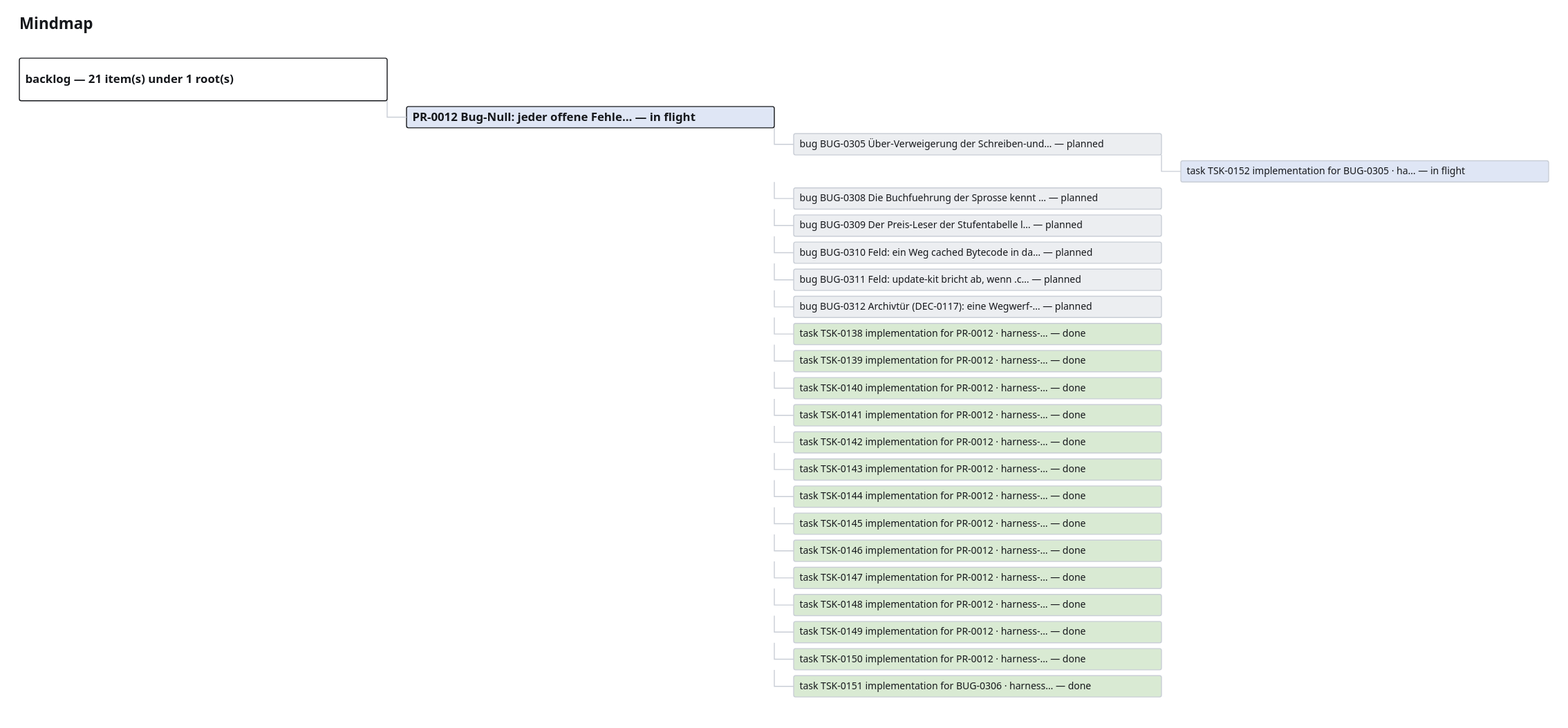
The draw.io diagram project_memory/generated/mindmap.drawio.svg in GiaZenX/harness, before a commit. Source tidied: cells renumbered, new cells last; positions are measured from the earlier drawing's top-left corner, leaving out a move shared by most shapes.
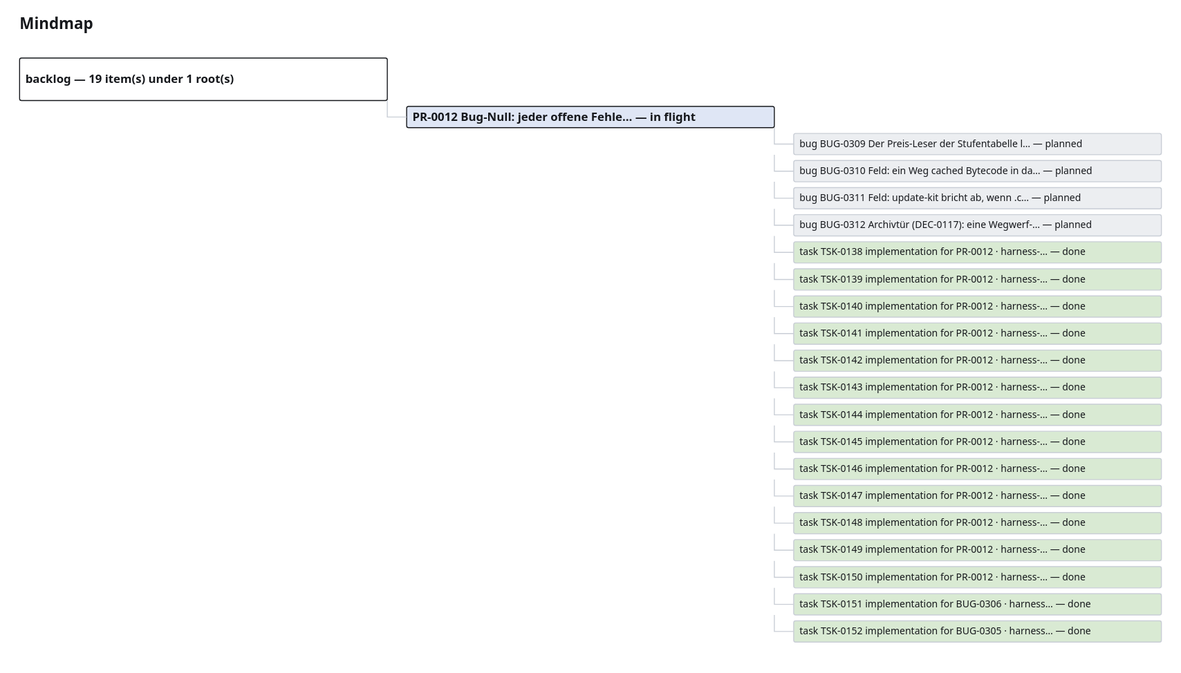
Above is the later version.

The edit, as a diff of the source:
```diff
@@ -5,7 +5,7 @@
     <mxCell id="2" value="Mindmap" style="text;html=1;fontSize=16;fontStyle=1;" parent="1" vertex="1">
       <mxGeometry width="300" height="20" as="geometry" />
     </mxCell>
-    <mxCell id="3" value="backlog — 21 item(s) under 1 root(s)" style="rounded=1;whiteSpace=wrap;html=1;fillColor=#ffffff;strokeColor=#16181c;fontSize=12;fontStyle=1;" parent="1" vertex="1">
+    <mxCell id="3" value="backlog — 19 item(s) under 1 root(s)" style="rounded=1;whiteSpace=wrap;html=1;fillColor=#ffffff;strokeColor=#16181c;fontSize=12;fontStyle=1;" parent="1" vertex="1">
       <mxGeometry y="44" width="380" height="44" as="geometry" />
     </mxCell>
     <mxCell id="4" value="PR-0012 Bug-Null: jeder offene Fehle… — in flight" style="rounded=1;whiteSpace=wrap;html=1;fillColor=#dfe6f5;strokeColor=#16181c;fontSize=12;fontStyle=1;" parent="1" vertex="1">
@@ -14,131 +14,119 @@
     <mxCell id="5" style="edgeStyle=orthogonalEdgeStyle;endArrow=none;strokeColor=#c9ced6;" parent="1" edge="1" source="3" target="4">
       <mxGeometry relative="1" as="geometry" />
     </mxCell>
-    <mxCell id="6" value="bug BUG-0305 Über-Verweigerung der Schreiben-und… — planned" style="rounded=1;whiteSpace=wrap;html=1;fillColor=#eceef1;strokeColor=#c9ced6;fontSize=10;" parent="1" vertex="1">
+    <mxCell id="6" value="bug BUG-0309 Der Preis-Leser der Stufentabelle l… — planned" style="rounded=1;whiteSpace=wrap;html=1;fillColor=#eceef1;strokeColor=#c9ced6;fontSize=10;" parent="1" vertex="1">
       <mxGeometry x="800" y="122" width="380" height="22" as="geometry" />
     </mxCell>
     <mxCell id="7" style="edgeStyle=orthogonalEdgeStyle;endArrow=none;strokeColor=#c9ced6;" parent="1" edge="1" source="4" target="6">
       <mxGeometry relative="1" as="geometry" />
     </mxCell>
-    <mxCell id="8" value="task TSK-0152 implementation for BUG-0305 · ha… — in flight" style="rounded=1;whiteSpace=wrap;html=1;fillColor=#dfe6f5;strokeColor=#c9ced6;fontSize=10;" parent="1" vertex="1">
-      <mxGeometry x="1200" y="150" width="380" height="22" as="geometry" />
+    <mxCell id="8" value="bug BUG-0310 Feld: ein Weg cached Bytecode in da… — planned" style="rounded=1;whiteSpace=wrap;html=1;fillColor=#eceef1;strokeColor=#c9ced6;fontSize=10;" parent="1" vertex="1">
+      <mxGeometry x="800" y="150" width="380" height="22" as="geometry" />
     </mxCell>
-    <mxCell id="9" style="edgeStyle=orthogonalEdgeStyle;endArrow=none;strokeColor=#c9ced6;" parent="1" edge="1" source="6" target="8">
+    <mxCell id="9" style="edgeStyle=orthogonalEdgeStyle;endArrow=none;strokeColor=#c9ced6;" parent="1" edge="1" source="4" target="8">
       <mxGeometry relative="1" as="geometry" />
     </mxCell>
-    <mxCell id="10" value="bug BUG-0308 Die Buchfuehrung der Sprosse kennt … — planned" style="rounded=1;whiteSpace=wrap;html=1;fillColor=#eceef1;strokeColor=#c9ced6;fontSize=10;" parent="1" vertex="1">
+    <mxCell id="10" value="bug BUG-0311 Feld: update-kit bricht ab, wenn .c… — planned" style="rounded=1;whiteSpace=wrap;html=1;fillColor=#eceef1;strokeColor=#c9ced6;fontSize=10;" parent="1" vertex="1">
       <mxGeometry x="800" y="178" width="380" height="22" as="geometry" />
     </mxCell>
     <mxCell id="11" style="edgeStyle=orthogonalEdgeStyle;endArrow=none;strokeColor=#c9ced6;" parent="1" edge="1" source="4" target="10">
       <mxGeometry relative="1" as="geometry" />
     </mxCell>
-    <mxCell id="12" value="bug BUG-0309 Der Preis-Leser der Stufentabelle l… — planned" style="rounded=1;whiteSpace=wrap;html=1;fillColor=#eceef1;strokeColor=#c9ced6;fontSize=10;" parent="1" vertex="1">
+    <mxCell id="12" value="bug BUG-0312 Archivtür (DEC-0117): eine Wegwerf-… — planned" style="rounded=1;whiteSpace=wrap;html=1;fillColor=#eceef1;strokeColor=#c9ced6;fontSize=10;" parent="1" vertex="1">
       <mxGeometry x="800" y="206" width="380" height="22" as="geometry" />
     </mxCell>
     <mxCell id="13" style="edgeStyle=orthogonalEdgeStyle;endArrow=none;strokeColor=#c9ced6;" parent="1" edge="1" source="4" target="12">
       <mxGeometry relative="1" as="geometry" />
     </mxCell>
-    <mxCell id="14" value="bug BUG-0310 Feld: ein Weg cached Bytecode in da… — planned" style="rounded=1;whiteSpace=wrap;html=1;fillColor=#eceef1;strokeColor=#c9ced6;fontSize=10;" parent="1" vertex="1">
+    <mxCell id="14" value="task TSK-0138 implementation for PR-0012 · harness-… — done" style="rounded=1;whiteSpace=wrap;html=1;fillColor=#d9ead3;strokeColor=#c9ced6;fontSize=10;" parent="1" vertex="1">
       <mxGeometry x="800" y="234" width="380" height="22" as="geometry" />
     </mxCell>
     <mxCell id="15" style="edgeStyle=orthogonalEdgeStyle;endArrow=none;strokeColor=#c9ced6;" parent="1" edge="1" source="4" target="14">
       <mxGeometry relative="1" as="geometry" />
     </mxCell>
-    <mxCell id="16" value="bug BUG-0311 Feld: update-kit bricht ab, wenn .c… — planned" style="rounded=1;whiteSpace=wrap;html=1;fillColor=#eceef1;strokeColor=#c9ced6;fontSize=10;" parent="1" vertex="1">
+    <mxCell id="16" value="task TSK-0139 implementation for PR-0012 · harness-… — done" style="rounded=1;whiteSpace=wrap;html=1;fillColor=#d9ead3;strokeColor=#c9ced6;fontSize=10;" parent="1" vertex="1">
       <mxGeometry x="800" y="262" width="380" height="22" as="geometry" />
     </mxCell>
     <mxCell id="17" style="edgeStyle=orthogonalEdgeStyle;endArrow=none;strokeColor=#c9ced6;" parent="1" edge="1" source="4" target="16">
       <mxGeometry relative="1" as="geometry" />
     </mxCell>
-    <mxCell id="18" value="bug BUG-0312 Archivtür (DEC-0117): eine Wegwerf-… — planned" style="rounded=1;whiteSpace=wrap;html=1;fillColor=#eceef1;strokeColor=#c9ced6;fontSize=10;" parent="1" vertex="1">
+    <mxCell id="18" value="task TSK-0140 implementation for PR-0012 · harness-… — done" style="rounded=1;whiteSpace=wrap;html=1;fillColor=#d9ead3;strokeColor=#c9ced6;fontSize=10;" parent="1" vertex="1">
       <mxGeometry x="800" y="290" width="380" height="22" as="geometry" />
     </mxCell>
     <mxCell id="19" style="edgeStyle=orthogonalEdgeStyle;endArrow=none;strokeColor=#c9ced6;" parent="1" edge="1" source="4" target="18">
       <mxGeometry relative="1" as="geometry" />
     </mxCell>
-    <mxCell id="20" value="task TSK-0138 implementation for PR-0012 · harness-… — done" style="rounded=1;whiteSpace=wrap;html=1;fillColor=#d9ead3;strokeColor=#c9ced6;fontSize=10;" parent="1" vertex="1">
+    <mxCell id="20" value="task TSK-0141 implementation for PR-0012 · harness-… — done" style="rounded=1;whiteSpace=wrap;html=1;fillColor=#d9ead3;strokeColor=#c9ced6;fontSize=10;" parent="1" vertex="1">
       <mxGeometry x="800" y="318" width="380" height="22" as="geometry" />
     </mxCell>
     <mxCell id="21" style="edgeStyle=orthogonalEdgeStyle;endArrow=none;strokeColor=#c9ced6;" parent="1" edge="1" source="4" target="20">
       <mxGeometry relative="1" as="geometry" />
     </mxCell>
-    <mxCell id="22" value="task TSK-0139 implementation for PR-0012 · harness-… — done" style="rounded=1;whiteSpace=wrap;html=1;fillColor=#d9ead3;strokeColor=#c9ced6;fontSize=10;" parent="1" vertex="1">
+    <mxCell id="22" value="task TSK-0142 implementation for PR-0012 · harness-… — done" style="rounded=1;whiteSpace=wrap;html=1;fillColor=#d9ead3;strokeColor=#c9ced6;fontSize=10;" parent="1" vertex="1">
       <mxGeometry x="800" y="346" width="380" height="22" as="geometry" />
     </mxCell>
     <mxCell id="23" style="edgeStyle=orthogonalEdgeStyle;endArrow=none;strokeColor=#c9ced6;" parent="1" edge="1" source="4" target="22">
       <mxGeometry relative="1" as="geometry" />
     </mxCell>
-    <mxCell id="24" value="task TSK-0140 implementation for PR-0012 · harness-… — done" style="rounded=1;whiteSpace=wrap;html=1;fillColor=#d9ead3;strokeColor=#c9ced6;fontSize=10;" parent="1" vertex="1">
+    <mxCell id="24" value="task TSK-0143 implementation for PR-0012 · harness-… — done" style="rounded=1;whiteSpace=wrap;html=1;fillColor=#d9ead3;strokeColor=#c9ced6;fontSize=10;" parent="1" vertex="1">
       <mxGeometry x="800" y="374" width="380" height="22" as="geometry" />
     </mxCell>
     <mxCell id="25" style="edgeStyle=orthogonalEdgeStyle;endArrow=none;strokeColor=#c9ced6;" parent="1" edge="1" source="4" target="24">
       <mxGeometry relative="1" as="geometry" />
     </mxCell>
-    <mxCell id="26" value="task TSK-0141 implementation for PR-0012 · harness-… — done" style="rounded=1;whiteSpace=wrap;html=1;fillColor=#d9ead3;strokeColor=#c9ced6;fontSize=10;" parent="1" vertex="1">
+    <mxCell id="26" value="task TSK-0144 implementation for PR-0012 · harness-… — done" style="rounded=1;whiteSpace=wrap;html=1;fillColor=#d9ead3;strokeColor=#c9ced6;fontSize=10;" parent="1" vertex="1">
       <mxGeometry x="800" y="402" width="380" height="22" as="geometry" />
     </mxCell>
     <mxCell id="27" style="edgeStyle=orthogonalEdgeStyle;endArrow=none;strokeColor=#c9ced6;" parent="1" edge="1" source="4" target="26">
       <mxGeometry relative="1" as="geometry" />
     </mxCell>
-    <mxCell id="28" value="task TSK-0142 implementation for PR-0012 · harness-… — done" style="rounded=1;whiteSpace=wrap;html=1;fillColor=#d9ead3;strokeColor=#c9ced6;fontSize=10;" parent="1" vertex="1">
+    <mxCell id="28" value="task TSK-0145 implementation for PR-0012 · harness-… — done" style="rounded=1;whiteSpace=wrap;html=1;fillColor=#d9ead3;strokeColor=#c9ced6;fontSize=10;" parent="1" vertex="1">
       <mxGeometry x="800" y="430" width="380" height="22" as="geometry" />
     </mxCell>
     <mxCell id="29" style="edgeStyle=orthogonalEdgeStyle;endArrow=none;strokeColor=#c9ced6;" parent="1" edge="1" source="4" target="28">
       <mxGeometry relative="1" as="geometry" />
     </mxCell>
-    <mxCell id="30" value="task TSK-0143 implementation for PR-0012 · harness-… — done" style="rounded=1;whiteSpace=wrap;html=1;fillColor=#d9ead3;strokeColor=#c9ced6;fontSize=10;" parent="1" vertex="1">
+    <mxCell id="30" value="task TSK-0146 implementation for PR-0012 · harness-… — done" style="rounded=1;whiteSpace=wrap;html=1;fillColor=#d9ead3;strokeColor=#c9ced6;fontSize=10;" parent="1" vertex="1">
       <mxGeometry x="800" y="458" width="380" height="22" as="geometry" />
     </mxCell>
     <mxCell id="31" style="edgeStyle=orthogonalEdgeStyle;endArrow=none;strokeColor=#c9ced6;" parent="1" edge="1" source="4" target="30">
       <mxGeometry relative="1" as="geometry" />
     </mxCell>
-    <mxCell id="32" value="task TSK-0144 implementation for PR-0012 · harness-… — done" style="rounded=1;whiteSpace=wrap;html=1;fillColor=#d9ead3;strokeColor=#c9ced6;fontSize=10;" parent="1" vertex="1">
+    <mxCell id="32" value="task TSK-0147 implementation for PR-0012 · harness-… — done" style="rounded=1;whiteSpace=wrap;html=1;fillColor=#d9ead3;strokeColor=#c9ced6;fontSize=10;" parent="1" vertex="1">
       <mxGeometry x="800" y="486" width="380" height="22" as="geometry" />
     </mxCell>
     <mxCell id="33" style="edgeStyle=orthogonalEdgeStyle;endArrow=none;strokeColor=#c9ced6;" parent="1" edge="1" source="4" target="32">
       <mxGeometry relative="1" as="geometry" />
     </mxCell>
-    <mxCell id="34" value="task TSK-0145 implementation for PR-0012 · harness-… — done" style="rounded=1;whiteSpace=wrap;html=1;fillColor=#d9ead3;strokeColor=#c9ced6;fontSize=10;" parent="1" vertex="1">
+    <mxCell id="34" value="task TSK-0148 implementation for PR-0012 · harness-… — done" style="rounded=1;whiteSpace=wrap;html=1;fillColor=#d9ead3;strokeColor=#c9ced6;fontSize=10;" parent="1" vertex="1">
       <mxGeometry x="800" y="514" width="380" height="22" as="geometry" />
     </mxCell>
     <mxCell id="35" style="edgeStyle=orthogonalEdgeStyle;endArrow=none;strokeColor=#c9ced6;" parent="1" edge="1" source="4" target="34">
       <mxGeometry relative="1" as="geometry" />
     </mxCell>
-    <mxCell id="36" value="task TSK-0146 implementation for PR-0012 · harness-… — done" style="rounded=1;whiteSpace=wrap;html=1;fillColor=#d9ead3;strokeColor=#c9ced6;fontSize=10;" parent="1" vertex="1">
+    <mxCell id="36" value="task TSK-0149 implementation for PR-0012 · harness-… — done" style="rounded=1;whiteSpace=wrap;html=1;fillColor=#d9ead3;strokeColor=#c9ced6;fontSize=10;" parent="1" vertex="1">
       <mxGeometry x="800" y="542" width="380" height="22" as="geometry" />
     </mxCell>
     <mxCell id="37" style="edgeStyle=orthogonalEdgeStyle;endArrow=none;strokeColor=#c9ced6;" parent="1" edge="1" source="4" target="36">
       <mxGeometry relative="1" as="geometry" />
     </mxCell>
-    <mxCell id="38" value="task TSK-0147 implementation for PR-0012 · harness-… — done" style="rounded=1;whiteSpace=wrap;html=1;fillColor=#d9ead3;strokeColor=#c9ced6;fontSize=10;" parent="1" vertex="1">
+    <mxCell id="38" value="task TSK-0150 implementation for PR-0012 · harness-… — done" style="rounded=1;whiteSpace=wrap;html=1;fillColor=#d9ead3;strokeColor=#c9ced6;fontSize=10;" parent="1" vertex="1">
       <mxGeometry x="800" y="570" width="380" height="22" as="geometry" />
     </mxCell>
     <mxCell id="39" style="edgeStyle=orthogonalEdgeStyle;endArrow=none;strokeColor=#c9ced6;" parent="1" edge="1" source="4" target="38">
       <mxGeometry relative="1" as="geometry" />
     </mxCell>
-    <mxCell id="40" value="task TSK-0148 implementation for PR-0012 · harness-… — done" style="rounded=1;whiteSpace=wrap;html=1;fillColor=#d9ead3;strokeColor=#c9ced6;fontSize=10;" parent="1" vertex="1">
+    <mxCell id="40" value="task TSK-0151 implementation for BUG-0306 · harness… — done" style="rounded=1;whiteSpace=wrap;html=1;fillColor=#d9ead3;strokeColor=#c9ced6;fontSize=10;" parent="1" vertex="1">
       <mxGeometry x="800" y="598" width="380" height="22" as="geometry" />
     </mxCell>
     <mxCell id="41" style="edgeStyle=orthogonalEdgeStyle;endArrow=none;strokeColor=#c9ced6;" parent="1" edge="1" source="4" target="40">
       <mxGeometry relative="1" as="geometry" />
     </mxCell>
-    <mxCell id="42" value="task TSK-0149 implementation for PR-0012 · harness-… — done" style="rounded=1;whiteSpace=wrap;html=1;fillColor=#d9ead3;strokeColor=#c9ced6;fontSize=10;" parent="1" vertex="1">
+    <mxCell id="42" value="task TSK-0152 implementation for BUG-0305 · harness… — done" style="rounded=1;whiteSpace=wrap;html=1;fillColor=#d9ead3;strokeColor=#c9ced6;fontSize=10;" parent="1" vertex="1">
       <mxGeometry x="800" y="626" width="380" height="22" as="geometry" />
     </mxCell>
     <mxCell id="43" style="edgeStyle=orthogonalEdgeStyle;endArrow=none;strokeColor=#c9ced6;" parent="1" edge="1" source="4" target="42">
       <mxGeometry relative="1" as="geometry" />
     </mxCell>
-    <mxCell id="44" value="task TSK-0150 implementation for PR-0012 · harness-… — done" style="rounded=1;whiteSpace=wrap;html=1;fillColor=#d9ead3;strokeColor=#c9ced6;fontSize=10;" parent="1" vertex="1">
-      <mxGeometry x="800" y="654" width="380" height="22" as="geometry" />
-    </mxCell>
-    <mxCell id="45" style="edgeStyle=orthogonalEdgeStyle;endArrow=none;strokeColor=#c9ced6;" parent="1" edge="1" source="4" target="44">
-      <mxGeometry relative="1" as="geometry" />
-    </mxCell>
-    <mxCell id="46" value="task TSK-0151 implementation for BUG-0306 · harness… — done" style="rounded=1;whiteSpace=wrap;html=1;fillColor=#d9ead3;strokeColor=#c9ced6;fontSize=10;" parent="1" vertex="1">
-      <mxGeometry x="800" y="682" width="380" height="22" as="geometry" />
-    </mxCell>
-    <mxCell id="47" style="edgeStyle=orthogonalEdgeStyle;endArrow=none;strokeColor=#c9ced6;" parent="1" edge="1" source="4" target="46">
-      <mxGeometry relative="1" as="geometry" />
-    </mxCell>
   </root>
 </mxGraphModel>
```
